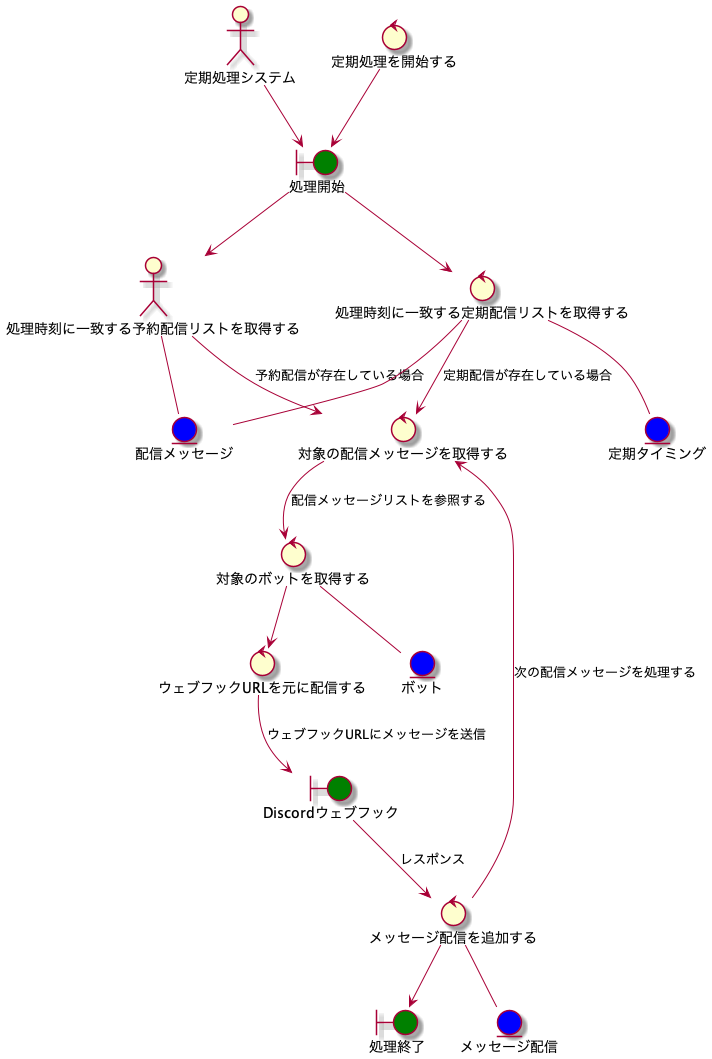
Above: diagram/analysis/robustness-sent_message.png in takemo101/dc-scheduler (PlantUML), before the change.
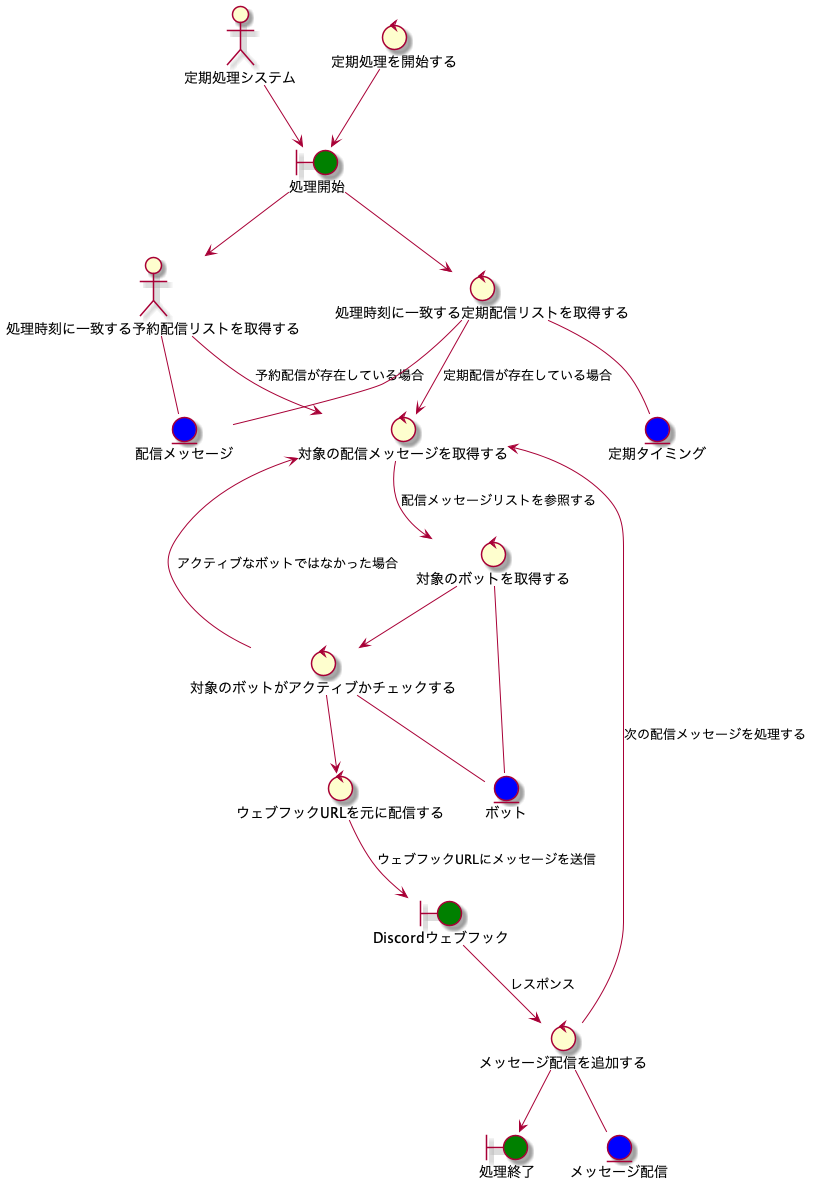
Above is the later version.

What changed in the source:
```diff
@@ -9,6 +9,7 @@
 control 処理時刻に一致する定期配信リストを取得する
 control 対象の配信メッセージを取得する
 control 対象のボットを取得する
+control 対象のボットがアクティブかチェックする
 control ウェブフックURLを元に配信する
 control メッセージ配信を追加する
 entity ボット #blue
@@ -26,7 +27,10 @@
 処理時刻に一致する定期配信リストを取得する -- 配信メッセージ
 処理時刻に一致する定期配信リストを取得する -- 定期タイミング
 対象の配信メッセージを取得する --> 対象のボットを取得する :配信メッセージリストを参照する
-対象のボットを取得する --> ウェブフックURLを元に配信する
+対象のボットを取得する --> 対象のボットがアクティブかチェックする
+対象のボットがアクティブかチェックする --> 対象の配信メッセージを取得する :アクティブなボットではなかった場合
+対象のボットがアクティブかチェックする --> ウェブフックURLを元に配信する
+対象のボットがアクティブかチェックする -- ボット
 対象のボットを取得する -- ボット
 ウェブフックURLを元に配信する --> Discordウェブフック :ウェブフックURLにメッセージを送信
 Discordウェブフック --> メッセージ配信を追加する :レスポンス
```
